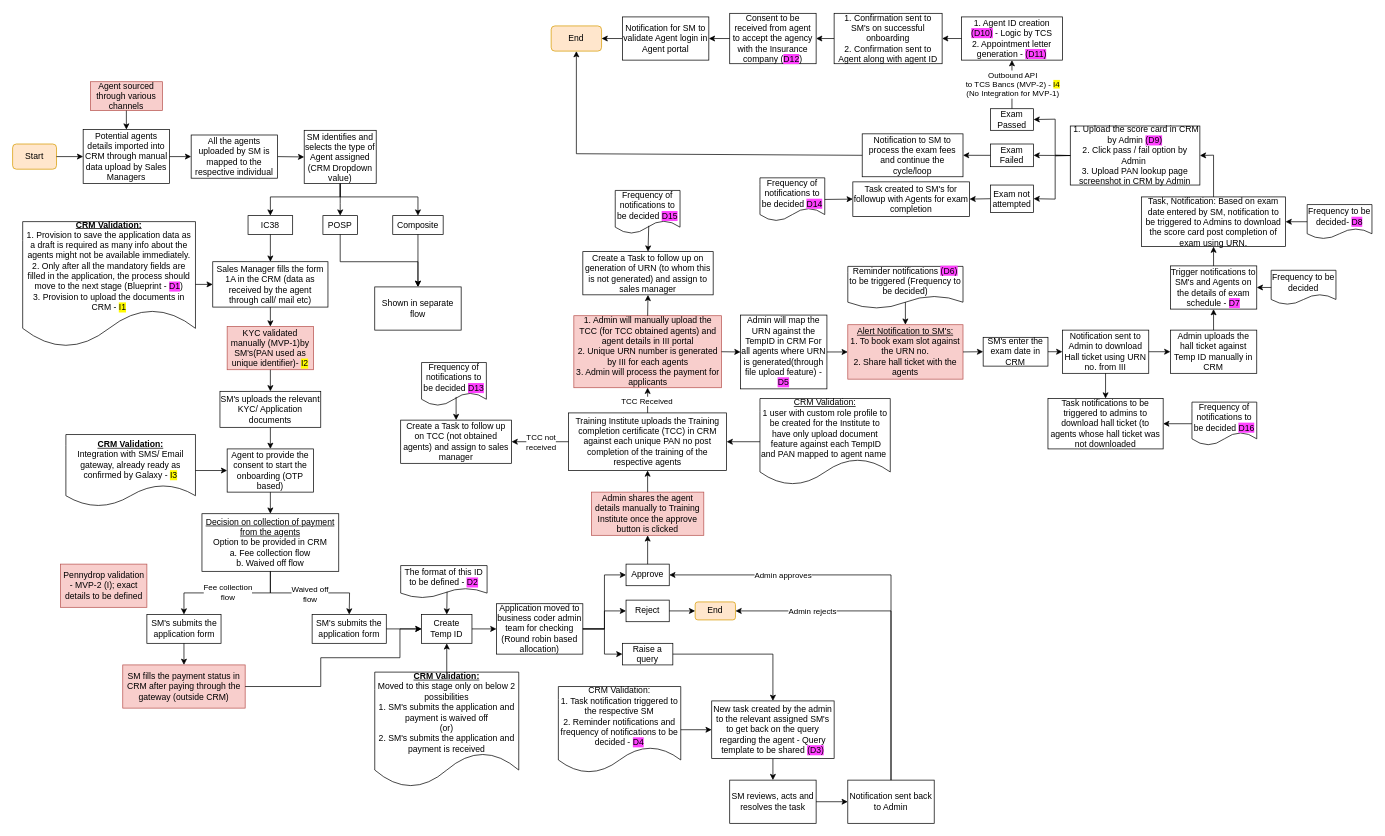
Above: Agent Onboarding IC38.drawio in shaileshsreedar/Galaxy (draw.io), before the change. Source tidied: cells renumbered, new cells numbered last; positions are measured from the earlier drawing's top-left corner, leaving out a move shared by most shapes. Both pictures are drawn from the tidied source at 72%, with x=0, y=0 at pixel (12, 13).
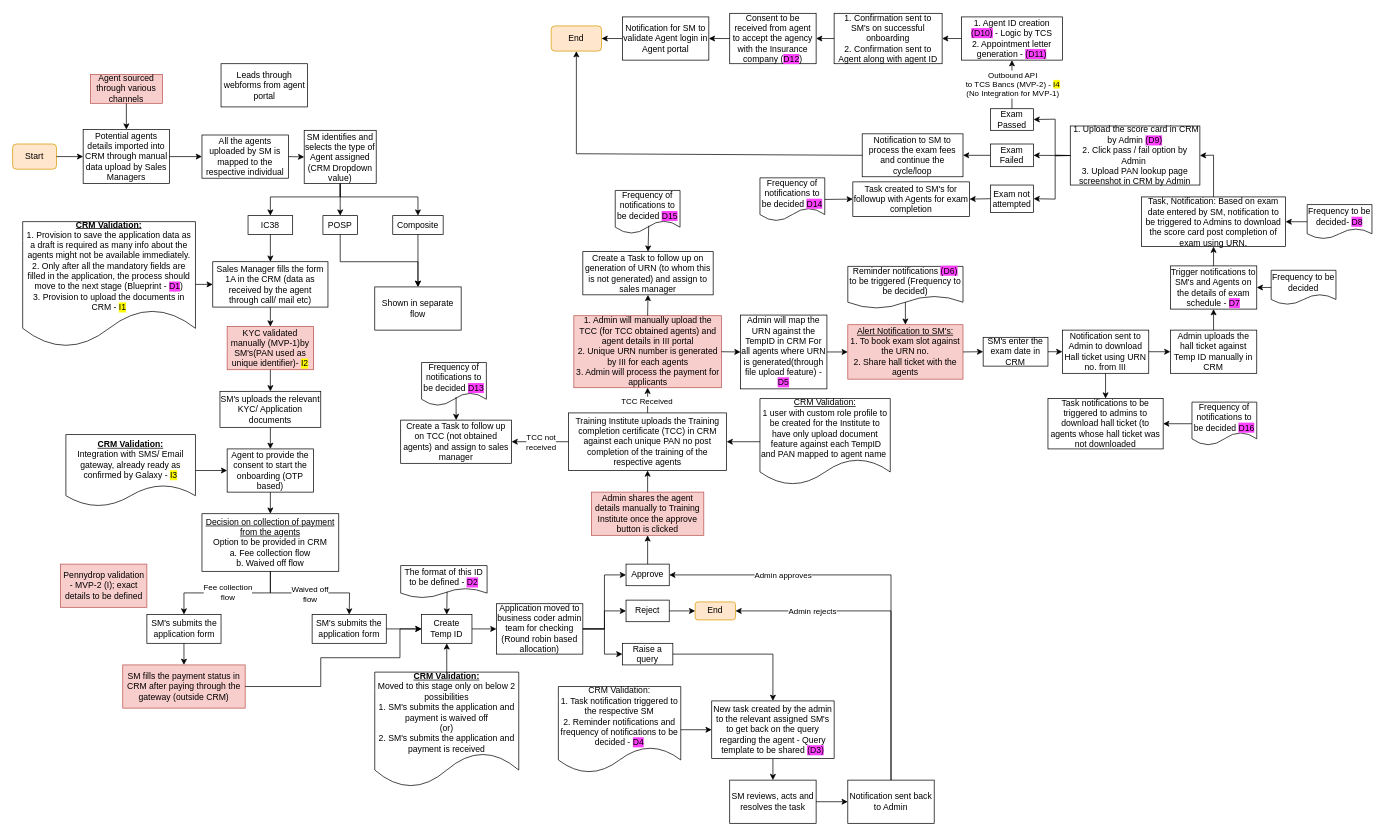
The same page after the edit.

The edit, as a diff of the source:
```diff
@@
     <mxCell id="4" value="Agent sourced through various channels" style="rounded=0;whiteSpace=wrap;html=1;fillColor=#f8cecc;strokeColor=#b85450;" parent="1" vertex="1">
-      <mxGeometry x="108" y="95" width="100" height="40" as="geometry" />
+      <mxGeometry x="108" y="85" width="100" height="40" as="geometry" />
     </mxCell>
@@
     <mxCell id="18" value="All the agents uploaded by SM is mapped to the respective individual" style="rounded=0;whiteSpace=wrap;html=1;" parent="1" vertex="1">
-      <mxGeometry x="248" y="169" width="120" height="60" as="geometry" />
+      <mxGeometry x="263" y="169" width="120" height="60" as="geometry" />
     </mxCell>
@@
+    <mxCell id="140" value="Leads through webforms from agent portal" style="rounded=0;whiteSpace=wrap;html=1;" parent="1" vertex="1">
+      <mxGeometry x="289.5" y="70" width="120" height="60" as="geometry" />
+    </mxCell>
```
